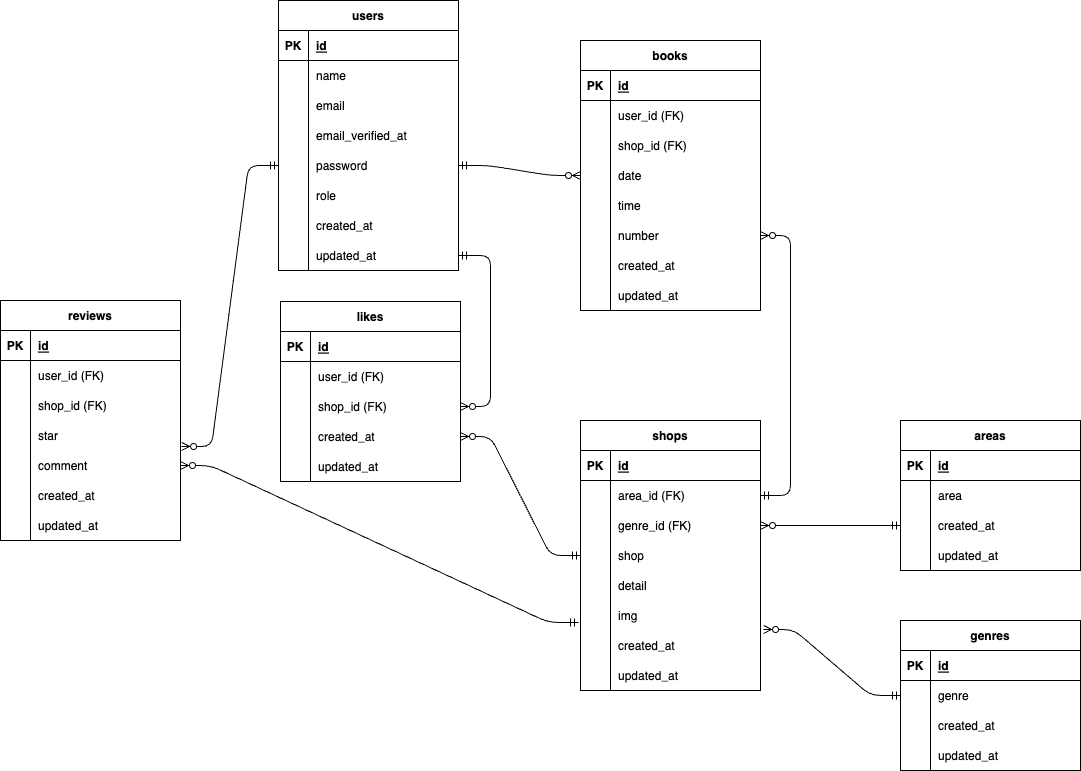
YukikoTK/Takeichi_reservation_system keeps this draw.io diagram as index.drawio.png. Above is the earlier version. Source tidied: cells renumbered, new cells last; positions are measured from the earlier drawing's top-left corner, leaving out a move shared by most shapes.
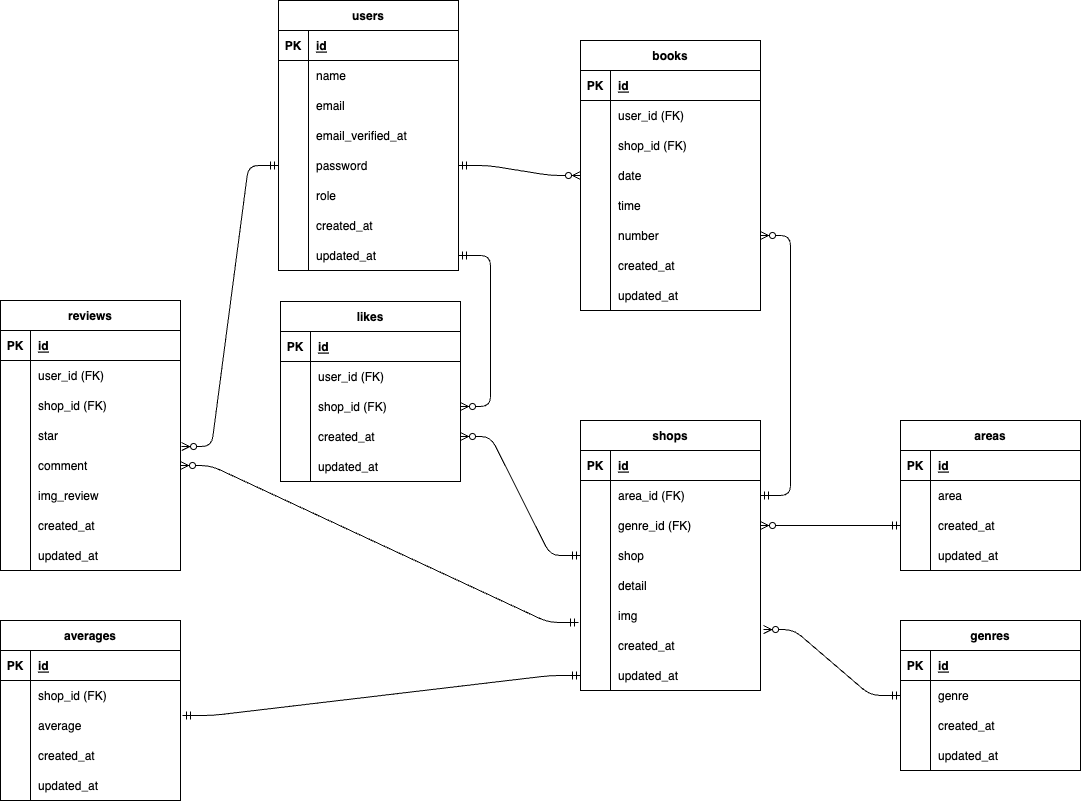
Above is the later version.

What changed in the source:
```diff
@@ -372,7 +372,7 @@
       <mxGeometry relative="1" as="geometry" />
     </mxCell>
     <mxCell id="125" value="reviews" style="shape=table;startSize=30;rowLines=0;fontStyle=1;align=center;" parent="1" vertex="1">
-      <mxGeometry y="300" width="180" height="240" as="geometry" />
+      <mxGeometry y="300" width="180" height="270" as="geometry" />
     </mxCell>
     <mxCell id="126" style="shape=tableRow;horizontal=0;startSize=0;swimlaneHead=0;swimlaneBody=0;fillColor=none;top=0;left=0;right=0;bottom=1;" parent="125" vertex="1">
       <mxGeometry y="30" width="180" height="30" as="geometry" />
@@ -419,8 +419,17 @@
     <mxCell id="140" value="comment" style="shape=partialRectangle;fillColor=none;top=0;left=0;bottom=0;right=0;align=left;spacingLeft=6;overflow=hidden;" parent="138" vertex="1">
       <mxGeometry x="30" width="150" height="30" as="geometry" />
     </mxCell>
+    <mxCell id="149" style="shape=tableRow;horizontal=0;startSize=0;swimlaneHead=0;swimlaneBody=0;fillColor=none;top=0;left=0;right=0;bottom=0;" parent="125" vertex="1">
+      <mxGeometry y="180" width="180" height="30" as="geometry" />
+    </mxCell>
+    <mxCell id="150" style="shape=partialRectangle;fillColor=none;top=0;left=0;bottom=0;right=0;overflow=hidden;" parent="149" vertex="1">
+      <mxGeometry width="30" height="30" as="geometry" />
+    </mxCell>
+    <mxCell id="151" value="img_review" style="shape=partialRectangle;fillColor=none;top=0;left=0;bottom=0;right=0;align=left;spacingLeft=6;overflow=hidden;" parent="149" vertex="1">
+      <mxGeometry x="30" width="150" height="30" as="geometry" />
+    </mxCell>
     <mxCell id="141" style="shape=tableRow;horizontal=0;startSize=0;swimlaneHead=0;swimlaneBody=0;fillColor=none;top=0;left=0;right=0;bottom=0;" parent="125" vertex="1">
-      <mxGeometry y="180" width="180" height="30" as="geometry" />
+      <mxGeometry y="210" width="180" height="30" as="geometry" />
     </mxCell>
     <mxCell id="142" style="shape=partialRectangle;fillColor=none;top=0;left=0;bottom=0;right=0;overflow=hidden;" parent="141" vertex="1">
       <mxGeometry width="30" height="30" as="geometry" />
@@ -429,7 +438,7 @@
       <mxGeometry x="30" width="150" height="30" as="geometry" />
     </mxCell>
     <mxCell id="144" style="shape=tableRow;horizontal=0;startSize=0;swimlaneHead=0;swimlaneBody=0;fillColor=none;top=0;left=0;right=0;bottom=0;" parent="125" vertex="1">
-      <mxGeometry y="210" width="180" height="30" as="geometry" />
+      <mxGeometry y="240" width="180" height="30" as="geometry" />
     </mxCell>
     <mxCell id="145" style="shape=partialRectangle;fillColor=none;top=0;left=0;bottom=0;right=0;overflow=hidden;" parent="144" vertex="1">
       <mxGeometry width="30" height="30" as="geometry" />
@@ -443,5 +452,56 @@
     <mxCell id="148" style="edgeStyle=entityRelationEdgeStyle;fontSize=12;html=1;endArrow=ERzeroToMany;startArrow=ERmandOne;exitX=0;exitY=0.5;exitDx=0;exitDy=0;entryX=1.006;entryY=-0.133;entryDx=0;entryDy=0;entryPerimeter=0;" parent="1" edge="1" source="15" target="138">
       <mxGeometry relative="1" as="geometry" />
     </mxCell>
+    <mxCell id="152" value="averages" style="shape=table;startSize=30;rowLines=0;fontStyle=1;align=center;" parent="1" vertex="1">
+      <mxGeometry y="620" width="180" height="180" as="geometry" />
+    </mxCell>
+    <mxCell id="153" style="shape=tableRow;horizontal=0;startSize=0;swimlaneHead=0;swimlaneBody=0;fillColor=none;top=0;left=0;right=0;bottom=1;" parent="152" vertex="1">
+      <mxGeometry y="30" width="180" height="30" as="geometry" />
+    </mxCell>
+    <mxCell id="154" value="PK" style="shape=partialRectangle;fillColor=none;top=0;left=0;bottom=0;right=0;fontStyle=1;overflow=hidden;" parent="153" vertex="1">
+      <mxGeometry width="30" height="30" as="geometry" />
+    </mxCell>
+    <mxCell id="155" value="id" style="shape=partialRectangle;fillColor=none;top=0;left=0;bottom=0;right=0;align=left;spacingLeft=6;fontStyle=5;overflow=hidden;" parent="153" vertex="1">
+      <mxGeometry x="30" width="150" height="30" as="geometry" />
+    </mxCell>
+    <mxCell id="156" style="shape=tableRow;horizontal=0;startSize=0;swimlaneHead=0;swimlaneBody=0;fillColor=none;top=0;left=0;right=0;bottom=0;" parent="152" vertex="1">
+      <mxGeometry y="60" width="180" height="30" as="geometry" />
+    </mxCell>
+    <mxCell id="157" style="shape=partialRectangle;fillColor=none;top=0;left=0;bottom=0;right=0;overflow=hidden;" parent="156" vertex="1">
+      <mxGeometry width="30" height="30" as="geometry" />
+    </mxCell>
+    <mxCell id="158" value="shop_id (FK)" style="shape=partialRectangle;fillColor=none;top=0;left=0;bottom=0;right=0;align=left;spacingLeft=6;overflow=hidden;" parent="156" vertex="1">
+      <mxGeometry x="30" width="150" height="30" as="geometry" />
+    </mxCell>
+    <mxCell id="159" style="shape=tableRow;horizontal=0;startSize=0;swimlaneHead=0;swimlaneBody=0;fillColor=none;points=[[0,0.5],[1,0.5]];portConstraint=eastwest;top=0;left=0;right=0;bottom=0;" parent="152" vertex="1">
+      <mxGeometry y="90" width="180" height="30" as="geometry" />
+    </mxCell>
+    <mxCell id="160" style="shape=partialRectangle;fillColor=none;top=0;left=0;bottom=0;right=0;overflow=hidden;" parent="159" vertex="1">
+      <mxGeometry width="30" height="30" as="geometry" />
+    </mxCell>
+    <mxCell id="161" value="average" style="shape=partialRectangle;fillColor=none;top=0;left=0;bottom=0;right=0;align=left;spacingLeft=6;overflow=hidden;" parent="159" vertex="1">
+      <mxGeometry x="30" width="150" height="30" as="geometry" />
+    </mxCell>
+    <mxCell id="162" style="shape=tableRow;horizontal=0;startSize=0;swimlaneHead=0;swimlaneBody=0;fillColor=none;top=0;left=0;right=0;bottom=0;" parent="152" vertex="1">
+      <mxGeometry y="120" width="180" height="30" as="geometry" />
+    </mxCell>
+    <mxCell id="163" style="shape=partialRectangle;fillColor=none;top=0;left=0;bottom=0;right=0;overflow=hidden;" parent="162" vertex="1">
+      <mxGeometry width="30" height="30" as="geometry" />
+    </mxCell>
+    <mxCell id="164" value="created_at" style="shape=partialRectangle;fillColor=none;top=0;left=0;bottom=0;right=0;align=left;spacingLeft=6;overflow=hidden;" parent="162" vertex="1">
+      <mxGeometry x="30" width="150" height="30" as="geometry" />
+    </mxCell>
+    <mxCell id="165" style="shape=tableRow;horizontal=0;startSize=0;swimlaneHead=0;swimlaneBody=0;fillColor=none;top=0;left=0;right=0;bottom=0;" parent="152" vertex="1">
+      <mxGeometry y="150" width="180" height="30" as="geometry" />
+    </mxCell>
+    <mxCell id="166" style="shape=partialRectangle;fillColor=none;top=0;left=0;bottom=0;right=0;overflow=hidden;" parent="165" vertex="1">
+      <mxGeometry width="30" height="30" as="geometry" />
+    </mxCell>
+    <mxCell id="167" value="updated_at" style="shape=partialRectangle;fillColor=none;top=0;left=0;bottom=0;right=0;align=left;spacingLeft=6;overflow=hidden;" parent="165" vertex="1">
+      <mxGeometry x="30" width="150" height="30" as="geometry" />
+    </mxCell>
+    <mxCell id="168" style="edgeStyle=entityRelationEdgeStyle;fontSize=12;html=1;endArrow=ERmandOne;startArrow=ERmandOne;exitX=1.011;exitY=0.167;exitDx=0;exitDy=0;exitPerimeter=0;entryX=0;entryY=0.5;entryDx=0;entryDy=0;" parent="1" edge="1" source="159" target="49">
+      <mxGeometry relative="1" as="geometry" />
+    </mxCell>
   </root>
 </mxGraphModel>
```
